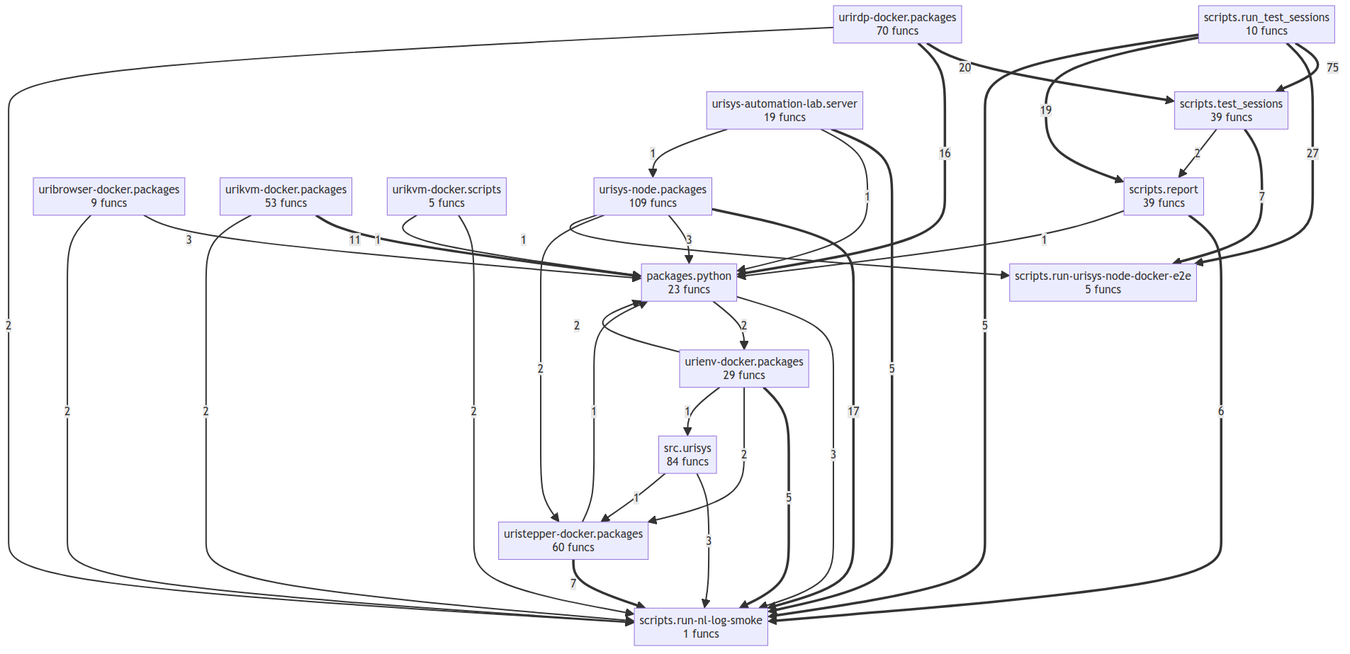
Earlier version of the Mermaid export project/compact_flow.png (tellmesh/urisys). Its source is kept beside it as project/compact_flow.mmd.
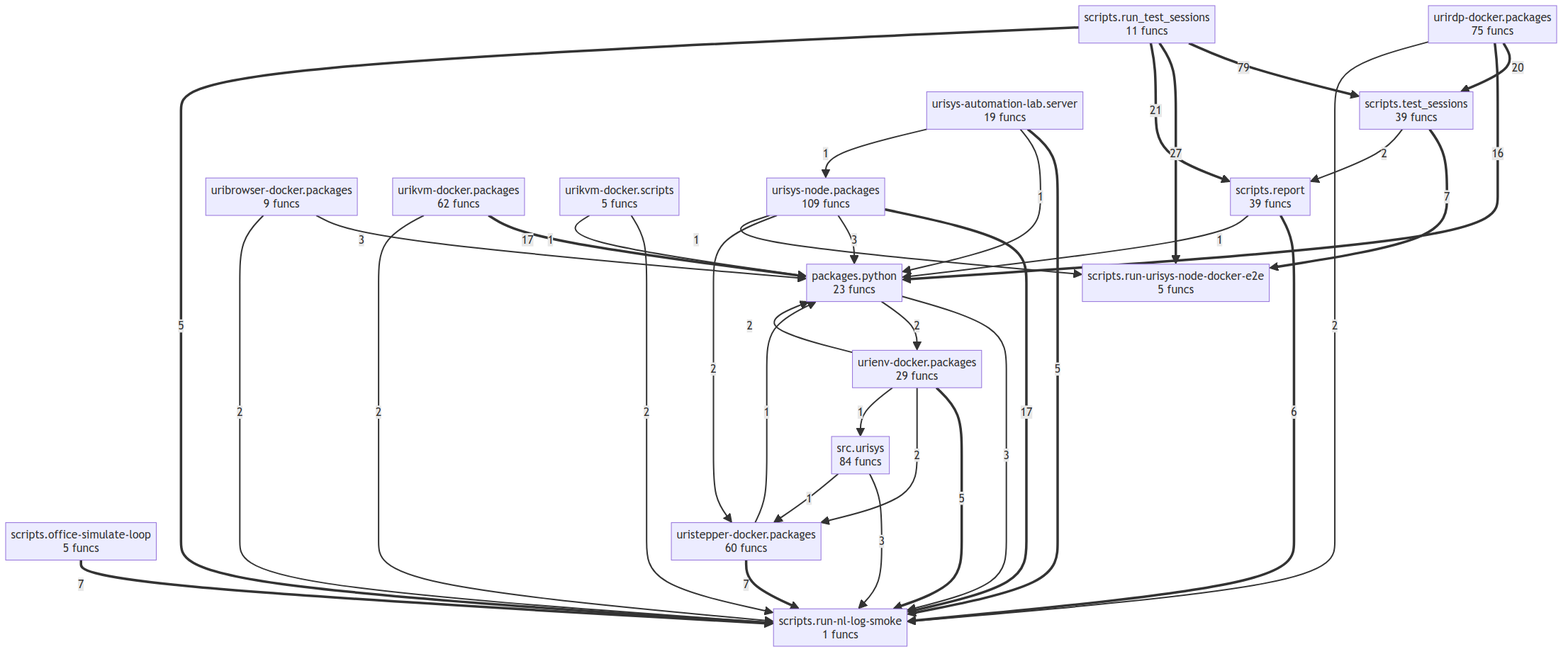
The same file after the commit.

Diff of the diagram source:
```diff
@@ -1,38 +1,39 @@
 flowchart TD
     packages__python["packages.python<br/>23 funcs"]
+    scripts__office_simulate_loop["scripts.office-simulate-loop<br/>5 funcs"]
     scripts__report["scripts.report<br/>39 funcs"]
     scripts__run_nl_log_smoke["scripts.run-nl-log-smoke<br/>1 funcs"]
     scripts__run_urisys_node_docker_e2e["scripts.run-urisys-node-docker-e2e<br/>5 funcs"]
-    scripts__run_test_sessions["scripts.run_test_sessions<br/>10 funcs"]
+    scripts__run_test_sessions["scripts.run_test_sessions<br/>11 funcs"]
     scripts__test_sessions["scripts.test_sessions<br/>39 funcs"]
     src__urisys["src.urisys<br/>84 funcs"]
     uribrowser_docker__packages["uribrowser-docker.packages<br/>9 funcs"]
     urienv_docker__packages["urienv-docker.packages<br/>29 funcs"]
-    urikvm_docker__packages["urikvm-docker.packages<br/>53 funcs"]
+    urikvm_docker__packages["urikvm-docker.packages<br/>62 funcs"]
     urikvm_docker__scripts["urikvm-docker.scripts<br/>5 funcs"]
-    urirdp_docker__packages["urirdp-docker.packages<br/>70 funcs"]
+    urirdp_docker__packages["urirdp-docker.packages<br/>75 funcs"]
     uristepper_docker__packages["uristepper-docker.packages<br/>60 funcs"]
     urisys_automation_lab__server["urisys-automation-lab.server<br/>19 funcs"]
     urisys_node__packages["urisys-node.packages<br/>109 funcs"]
-    scripts__run_test_sessions ==>|75| scripts__test_sessions
+    scripts__run_test_sessions ==>|79| scripts__test_sessions
     scripts__run_test_sessions ==>|27| scripts__run_urisys_node_docker_e2e
+    scripts__run_test_sessions ==>|21| scripts__report
     urirdp_docker__packages ==>|20| scripts__test_sessions
-    scripts__run_test_sessions ==>|19| scripts__report
+    urikvm_docker__packages ==>|17| packages__python
     urisys_node__packages ==>|17| scripts__run_nl_log_smoke
     urirdp_docker__packages ==>|16| packages__python
-    urikvm_docker__packages ==>|11| packages__python
     uristepper_docker__packages ==>|7| scripts__run_nl_log_smoke
     scripts__test_sessions ==>|7| scripts__run_urisys_node_docker_e2e
+    scripts__office_simulate_loop ==>|7| scripts__run_nl_log_smoke
     scripts__report ==>|6| scripts__run_nl_log_smoke
-    scripts__run_test_sessions ==>|5| scripts__run_nl_log_smoke
     urisys_automation_lab__server ==>|5| scripts__run_nl_log_smoke
     urienv_docker__packages ==>|5| scripts__run_nl_log_smoke
+    scripts__run_test_sessions ==>|5| scripts__run_nl_log_smoke
     packages__python -->|3| scripts__run_nl_log_smoke
     src__urisys -->|3| scripts__run_nl_log_smoke
     uribrowser_docker__packages -->|3| packages__python
     urisys_node__packages -->|3| packages__python
     packages__python -->|2| urienv_docker__packages
-    scripts__test_sessions -->|2| scripts__report
     urirdp_docker__packages -->|2| scripts__run_nl_log_smoke
     uribrowser_docker__packages -->|2| scripts__run_nl_log_smoke
     urikvm_docker__packages -->|2| scripts__run_nl_log_smoke
@@ -40,6 +41,8 @@
     urienv_docker__packages -->|2| uristepper_docker__packages
     urienv_docker__packages -->|2| packages__python
     urisys_node__packages -->|2| uristepper_docker__packages
+    scripts__test_sessions -->|2| scripts__report
+    src__urisys -->|1| uristepper_docker__packages
     uristepper_docker__packages -->|1| packages__python
     scripts__report -->|1| packages__python
     urikvm_docker__scripts -->|1| packages__python
@@ -47,4 +50,3 @@
     urisys_automation_lab__server -->|1| urisys_node__packages
     urienv_docker__packages -->|1| src__urisys
     urisys_node__packages -->|1| scripts__run_urisys_node_docker_e2e
-    src__urisys -->|1| uristepper_docker__packages
```
